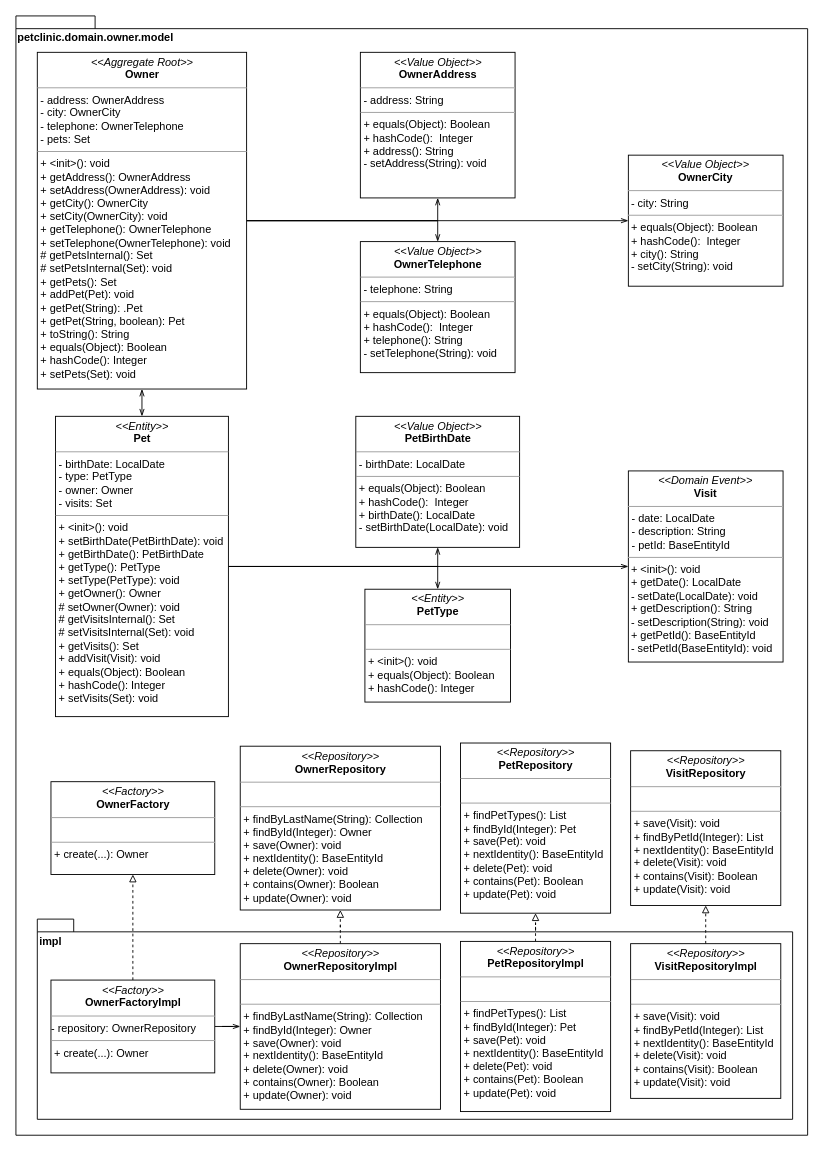
Before: page "new-domain-owner" (6 of 7) of gfx/example/petclinic/raw/uml-petclinic.drawio in DanielKraft/bachelor-thesis, a draw.io diagram. Source tidied: cells renumbered, new cells numbered last; positions are measured from the earlier drawing's top-left corner, leaving out a move shared by most shapes. Both pictures are drawn from the tidied source at 91%, with x=0, y=0 at pixel (15, 15).
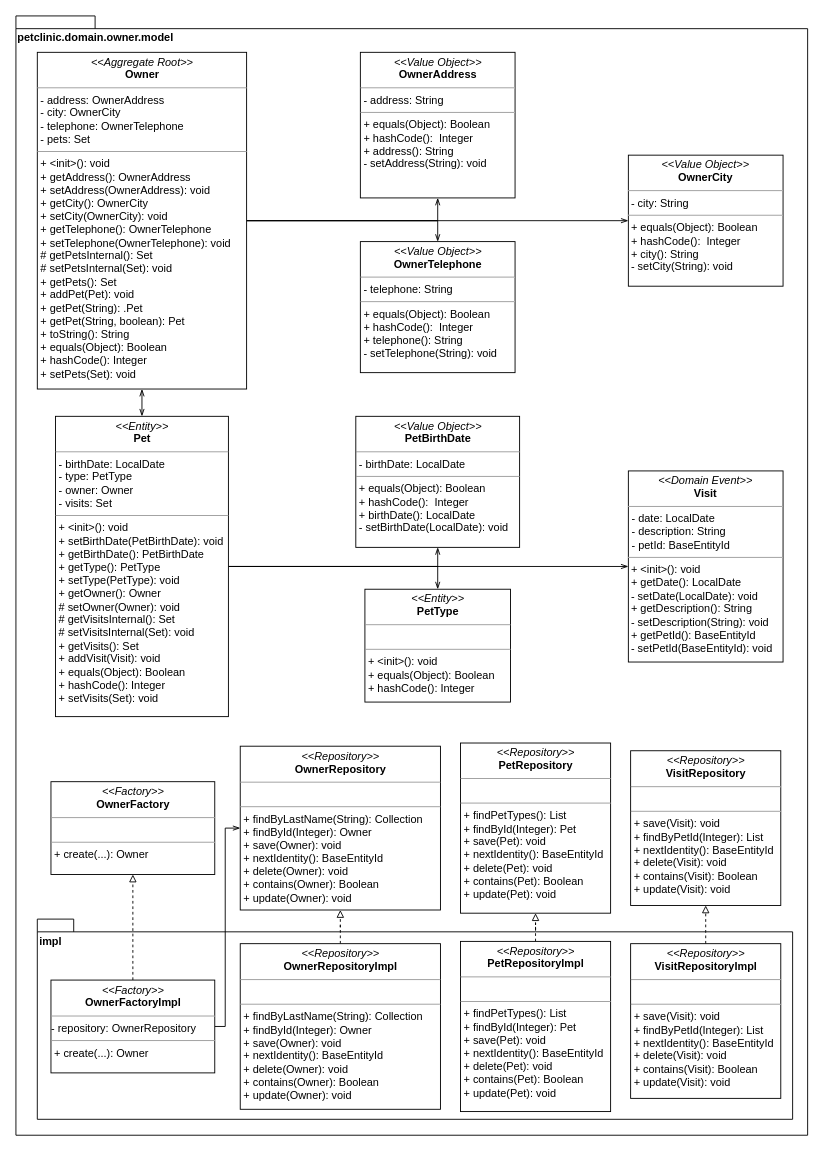
The same page after the edit.

Unchanged cells that the change refers to:
```xml
<mxCell id="7" value="&lt;p style=&quot;margin: 0px ; margin-top: 4px ; text-align: center&quot;&gt;&lt;i&gt;&amp;lt;&amp;lt;Repository&amp;gt;&amp;gt;&lt;/i&gt;&lt;br&gt;&lt;b&gt;OwnerRepositoryImpl&lt;/b&gt;&lt;/p&gt;&lt;hr size=&quot;1&quot;&gt;&lt;div&gt;&lt;br&gt;&lt;/div&gt;&lt;hr size=&quot;1&quot;&gt;&lt;div&gt;&amp;nbsp;+ findByLastName(String): Collection&lt;/div&gt;&lt;div&gt;&amp;nbsp;+ findById(Integer): Owner&lt;/div&gt;&lt;div&gt;&amp;nbsp;+ save(Owner): void&lt;/div&gt;&lt;div&gt;&amp;nbsp;+ nextIdentity(): BaseEntityId&lt;/div&gt;&lt;div&gt;&amp;nbsp;+ delete(Owner): void&lt;/div&gt;&lt;div&gt;&amp;nbsp;+ contains(Owner): Boolean&lt;/div&gt;&lt;div&gt;&amp;nbsp;+ update(Owner): void&lt;/div&gt;" style="verticalAlign=top;align=left;overflow=fill;fontSize=12;fontFamily=Helvetica;html=1;" parent="1" vertex="1">
  <mxGeometry x="246.5" y="1019.5" width="220" height="182" as="geometry" />
</mxCell>
<mxCell id="12" value="&lt;p style=&quot;margin: 0px ; margin-top: 4px ; text-align: center&quot;&gt;&lt;i&gt;&amp;lt;&amp;lt;Factory&amp;gt;&amp;gt;&lt;/i&gt;&lt;br&gt;&lt;b&gt;OwnerFactoryImpl&lt;/b&gt;&lt;b&gt;&lt;/b&gt;&lt;/p&gt;&lt;hr size=&quot;1&quot;&gt;- repository: OwnerRepository&lt;br&gt;&lt;hr size=&quot;1&quot;&gt;&lt;div&gt;&amp;nbsp;+ create(...): Owner&lt;/div&gt;" style="verticalAlign=top;align=left;overflow=fill;fontSize=12;fontFamily=Helvetica;html=1;" parent="1" vertex="1">
  <mxGeometry x="38.5" y="1059.5" width="180" height="102" as="geometry" />
</mxCell>
<mxCell id="14" value="&lt;p style=&quot;margin: 0px ; margin-top: 4px ; text-align: center&quot;&gt;&lt;i&gt;&amp;lt;&amp;lt;Repository&amp;gt;&amp;gt;&lt;/i&gt;&lt;br&gt;&lt;b&gt;OwnerRepository&lt;/b&gt;&lt;/p&gt;&lt;hr size=&quot;1&quot;&gt;&lt;div&gt;&lt;br&gt;&lt;/div&gt;&lt;hr size=&quot;1&quot;&gt;&lt;div&gt;&amp;nbsp;+ findByLastName(String): Collection&lt;/div&gt;&lt;div&gt;&amp;nbsp;+ findById(Integer): Owner&lt;/div&gt;&lt;div&gt;&amp;nbsp;+ save(Owner): void&lt;/div&gt;&lt;div&gt;&amp;nbsp;+ nextIdentity(): BaseEntityId&lt;/div&gt;&lt;div&gt;&amp;nbsp;+ delete(Owner): void&lt;/div&gt;&lt;div&gt;&amp;nbsp;+ contains(Owner): Boolean&lt;/div&gt;&lt;div&gt;&amp;nbsp;+ update(Owner): void&lt;/div&gt;" style="verticalAlign=top;align=left;overflow=fill;fontSize=12;fontFamily=Helvetica;html=1;" parent="1" vertex="1">
  <mxGeometry x="246.5" y="802.5" width="220" height="180" as="geometry" />
</mxCell>
```

What changed in the source:
```diff
@@
-    <mxCell id="10" style="edgeStyle=orthogonalEdgeStyle;rounded=0;jettySize=auto;html=1;entryX=0;entryY=0.5;entryDx=0;entryDy=0;endArrow=openThin;endFill=0;" parent="1" edge="1" source="12" target="7">
-      <mxGeometry relative="1" as="geometry" />
+    <mxCell id="10" style="edgeStyle=orthogonalEdgeStyle;rounded=0;jettySize=auto;html=1;entryX=0;entryY=0.5;entryDx=0;entryDy=0;endArrow=openThin;endFill=0;" parent="1" edge="1" source="12" target="14">
+      <mxGeometry relative="1" as="geometry">
+        <Array as="points">
+          <mxPoint x="230" y="1110" />
+          <mxPoint x="230" y="892" />
+        </Array>
+      </mxGeometry>
     </mxCell>
```
